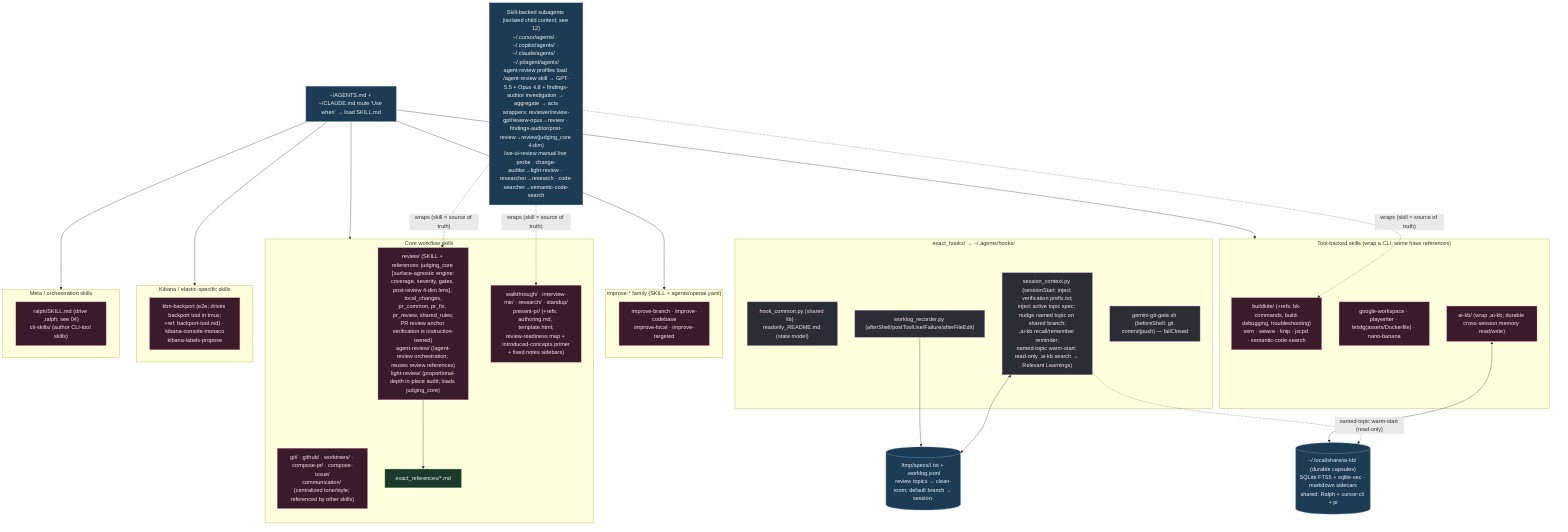
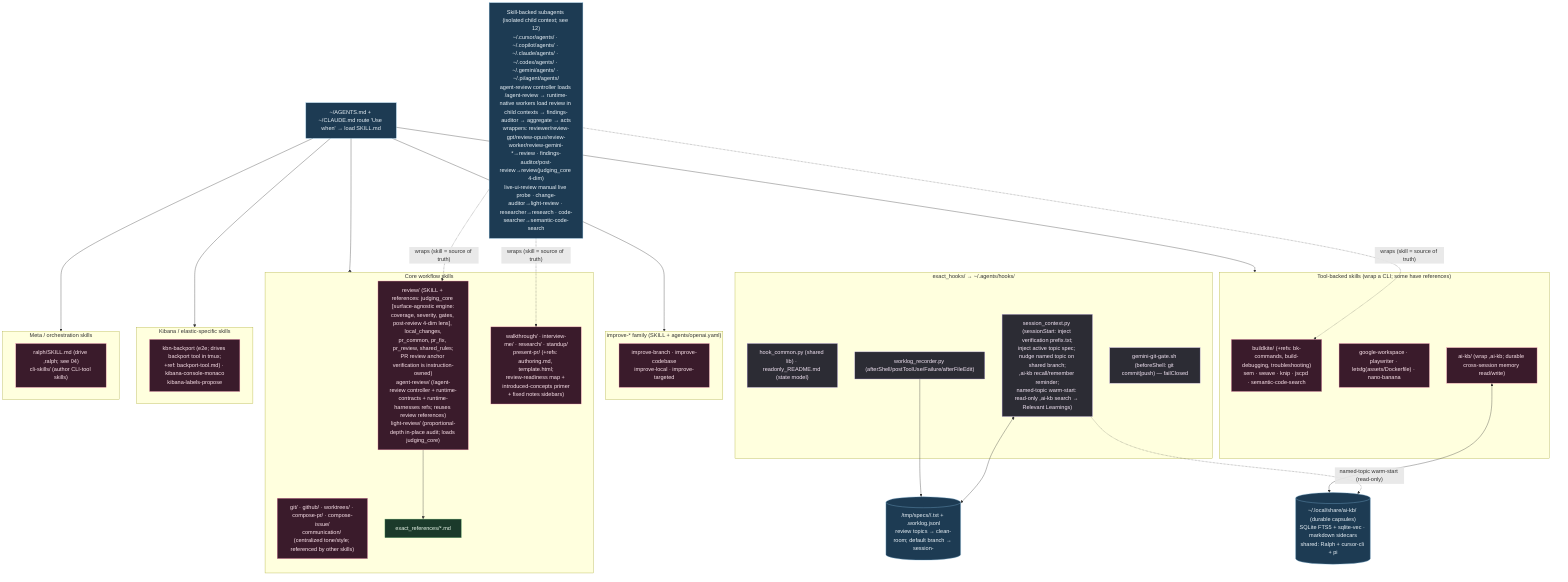
%% ============================================================================
- %% 03b-agent-skills-hooks.mmd — Every file under home/exact_dot_agents/ (60).
+ %% 03b-agent-skills-hooks.mmd — Every file under home/exact_dot_agents/ (62).
%% Skills → ~/.agents/skills/ (intent-routed SKILL.md). Shared hooks → ~/.agents/hooks/.
%% ============================================================================
flowchart TB
    classDef skill fill:#3a1b2b,stroke:#f48fb1,color:#fce4ec;
    classDef hook fill:#2c2c34,stroke:#b39ddb,color:#f3e5f5;
    classDef ref fill:#1b3a2b,stroke:#81c784,color:#e8f5e9;
    classDef data fill:#1d3b53,stroke:#7fb3d5,color:#eaf2f8;

    subgraph HOOKS["exact_hooks/ → ~/.agents/hooks/"]
        HC["hook_common.py (shared lib) · readonly_README.md (state model)"]:::hook
        SCx["session_context.py (sessionStart: inject verification prefix.txt;<br/>inject active topic spec; nudge named topic on shared branch;<br/>,ai-kb recall/remember reminder;<br/>named-topic warm-start: read-only ,ai-kb search → Relevant Learnings)"]:::hook
        WLx["worklog_recorder.py (afterShell/postToolUse/Failure/afterFileEdit)"]:::hook
        GG["gemini-git-gate.sh (beforeShell: git commit|push) — failClosed"]:::hook
    end

    MEM[("/tmp/specs/<pwd>/<topic>.txt + .worklog.jsonl<br/>review topics → clean-room; default branch → session-<id>")]:::data
    SCx <--> MEM
    WLx --> MEM

    KBDB[("~/.local/share/ai-kb/ (durable capsules)<br/>SQLite FTS5 + sqlite-vec · markdown sidecars<br/>shared: Ralph + cursor-cli + pi")]:::data
    SCx -. "named-topic warm-start (read-only)" .-> KBDB

    subgraph CORE["Core workflow skills"]
-         S1["review/ (SKILL + references: judging_core [surface-agnostic engine:<br/>coverage, severity, gates, post-review 4-dim lens], local_changes,<br/>pr_common, pr_fix, pr_review, shared_rules;<br/>PR review anchor verification is instruction-owned)<br/>agent-review/ (/agent-review orchestration; reuses review references)<br/>light-review/ (proportional-depth in-place audit; loads judging_core)"]:::skill
+         S1["review/ (SKILL + references: judging_core [surface-agnostic engine:<br/>coverage, severity, gates, post-review 4-dim lens], local_changes,<br/>pr_common, pr_fix, pr_review, shared_rules;<br/>PR review anchor verification is instruction-owned)<br/>agent-review/ (/agent-review controller + runtime-contracts + runtime-harnesses refs; reuses review references)<br/>light-review/ (proportional-depth in-place audit; loads judging_core)"]:::skill
        S2["git/ · github/ · worktrees/ · compose-pr/ · compose-issue/<br/>communication/ (centralized tone/style; referenced by other skills)"]:::skill
        S3["walkthrough/ · interview-me/ · research/ · standup/<br/>present-pr/ (+refs: authoring.md, template.html;<br/>review-readiness map + introduced-concepts primer<br/>+ fixed notes sidebars)"]:::skill
        S1 --> R1["exact_references/*.md"]:::ref
    end

    subgraph IMPROVE["improve-* family (SKILL + agents/openai.yaml)"]
        S4["improve-branch · improve-codebase<br/>improve-local · improve-targeted"]:::skill
    end

    subgraph TOOLS["Tool-backed skills (wrap a CLI; some have references)"]
        S5["buildkite/ (+refs: bk-commands, build-debugging, troubleshooting)<br/>sem · weave · knip · jscpd · semantic-code-search"]:::skill
        S6["google-workspace · playwriter · letsfg(assets/Dockerfile) · nano-banana"]:::skill
        S7["ai-kb/ (wrap ,ai-kb; durable cross-session memory read/write)"]:::skill
    end

    subgraph KBN["Kibana / elastic-specific skills"]
        S8["kbn-backport (e2e; drives backport tool in tmux;<br/>+ref: backport-tool.md) · kibana-console-monaco<br/>kibana-labels-propose"]:::skill
    end

    subgraph META["Meta / orchestration skills"]
        S9["ralph/SKILL.md (drive ,ralph; see 04)<br/>cli-skills/ (author CLI-tool skills)"]:::skill
    end

    SOPS["~/AGENTS.md + ~/CLAUDE.md route 'Use when' → load SKILL.md"]:::data
    SOPS --> CORE & IMPROVE & TOOLS & KBN & META
    S7 <--> KBDB

-     SUBA["Skill-backed subagents (isolated child context; see 12)<br/>~/.cursor/agents/ · ~/.copilot/agents/ · ~/.claude/agents/ · ~/.pi/agent/agents/<br/>agent-review profiles load /agent-review skill → GPT-5.5 + Opus 4.8 + findings-auditor investigation → aggregate → acts<br/>wrappers: reviewer/review-gpt/review-opus→review · findings-auditor/post-review→review(judging_core 4-dim)<br/>live-ui-review manual live probe · change-auditor→light-review · researcher→research · code-searcher→semantic-code-search"]:::data
+     SUBA["Skill-backed subagents (isolated child context; see 12)<br/>~/.cursor/agents/ · ~/.copilot/agents/ · ~/.claude/agents/ · ~/.codex/agents/ · ~/.gemini/agents/ · ~/.pi/agent/agents/<br/>agent-review controller loads /agent-review → runtime-native workers load review in child contexts → findings-auditor → aggregate → acts<br/>wrappers: reviewer/review-gpt/review-opus/review-worker/review-gemini-*→review · findings-auditor/post-review→review(judging_core 4-dim)<br/>live-ui-review manual live probe · change-auditor→light-review · researcher→research · code-searcher→semantic-code-search"]:::data
    SUBA -.->|"wraps (skill = source of truth)"| S1 & S3 & S5
